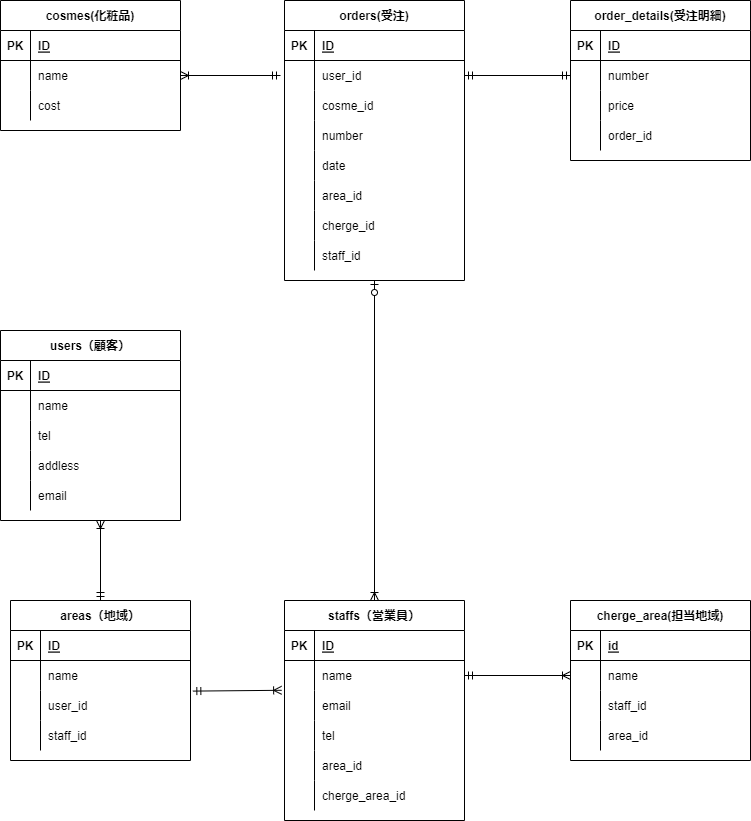
Above: test2.drawio.png in tatsumaki0301/20220723yasumoto (draw.io), before the change. Source tidied: cells renumbered, new cells last; positions are measured from the earlier drawing's top-left corner, leaving out a move shared by most shapes.
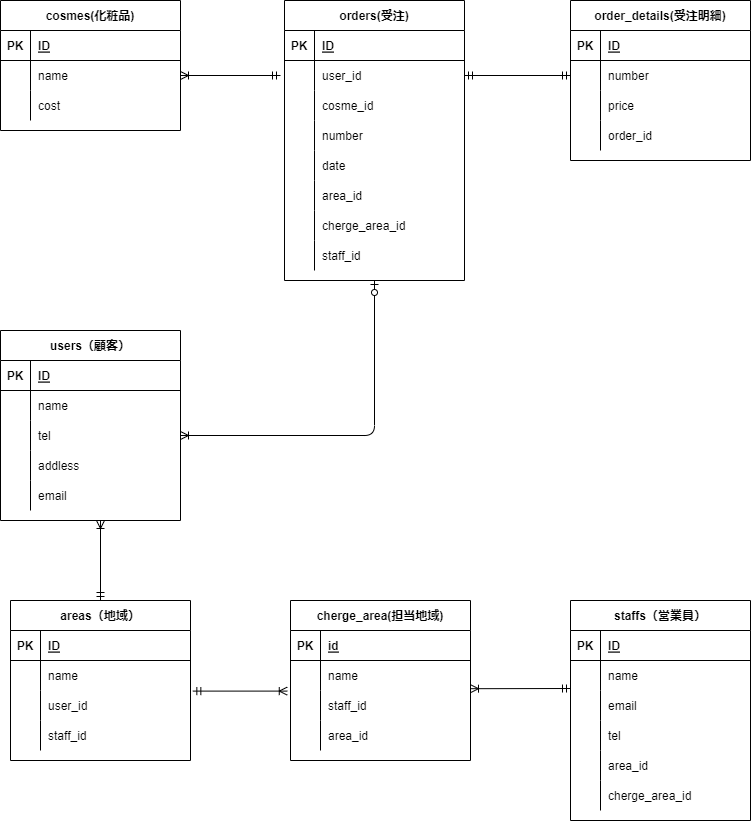
Above is the later version.

Diff of the diagram source:
```diff
@@ -134,7 +134,7 @@
     <mxCell id="45" style="shape=partialRectangle;fillColor=none;top=0;left=0;bottom=0;right=0;overflow=hidden;" parent="44" vertex="1">
       <mxGeometry width="30" height="30" as="geometry" />
     </mxCell>
-    <mxCell id="46" value="cherge_id" style="shape=partialRectangle;fillColor=none;top=0;left=0;bottom=0;right=0;align=left;spacingLeft=6;overflow=hidden;" parent="44" vertex="1">
+    <mxCell id="46" value="cherge_area_id" style="shape=partialRectangle;fillColor=none;top=0;left=0;bottom=0;right=0;align=left;spacingLeft=6;overflow=hidden;" parent="44" vertex="1">
       <mxGeometry x="30" width="150" height="30" as="geometry" />
     </mxCell>
     <mxCell id="47" style="shape=partialRectangle;fillColor=none;top=0;left=0;bottom=0;right=0;" parent="25" vertex="1">
@@ -195,7 +195,7 @@
       <mxGeometry x="30" width="150" height="30" as="geometry" />
     </mxCell>
     <mxCell id="66" value="staffs（営業員）" style="shape=table;startSize=30;rowLines=0;fontStyle=1;align=center;" parent="1" vertex="1">
-      <mxGeometry x="284" y="600" width="180" height="220" as="geometry" />
+      <mxGeometry x="570" y="600" width="180" height="220" as="geometry" />
     </mxCell>
     <mxCell id="67" style="shape=partialRectangle;fillColor=none;top=0;left=0;bottom=1;right=0;" parent="66" vertex="1">
       <mxGeometry y="30" width="180" height="30" as="geometry" />
@@ -291,7 +291,7 @@
       <mxGeometry x="30" width="150" height="30" as="geometry" />
     </mxCell>
     <mxCell id="98" value="cherge_area(担当地域)" style="shape=table;startSize=30;rowLines=0;fontStyle=1;align=center;" parent="1" vertex="1">
-      <mxGeometry x="570" y="600" width="180" height="160" as="geometry" />
+      <mxGeometry x="290" y="600" width="180" height="160" as="geometry" />
     </mxCell>
     <mxCell id="99" style="shape=partialRectangle;fillColor=none;top=0;left=0;bottom=1;right=0;" parent="98" vertex="1">
       <mxGeometry y="30" width="180" height="30" as="geometry" />
@@ -329,7 +329,7 @@
     <mxCell id="110" value="area_id" style="shape=partialRectangle;fillColor=none;top=0;left=0;bottom=0;right=0;align=left;spacingLeft=6;overflow=hidden;" parent="108" vertex="1">
       <mxGeometry x="30" width="150" height="30" as="geometry" />
     </mxCell>
-    <mxCell id="111" style="fontSize=12;html=1;endArrow=ERoneToMany;startArrow=ERmandOne;entryX=-0.016;entryY=-0.007;entryDx=0;entryDy=0;entryPerimeter=0;exitX=1.013;exitY=1.02;exitDx=0;exitDy=0;exitPerimeter=0;" parent="1" edge="1" source="89" target="73">
+    <mxCell id="111" style="fontSize=12;html=1;endArrow=ERoneToMany;startArrow=ERmandOne;entryX=-0.018;entryY=1.02;entryDx=0;entryDy=0;entryPerimeter=0;exitX=1.013;exitY=1.02;exitDx=0;exitDy=0;exitPerimeter=0;" parent="1" edge="1" source="89" target="102">
       <mxGeometry relative="1" as="geometry" />
     </mxCell>
     <mxCell id="112" style="fontSize=12;html=1;endArrow=ERmandOne;startArrow=ERmandOne;exitX=1;exitY=0.5;exitDx=0;exitDy=0;entryX=0;entryY=0.5;entryDx=0;entryDy=0;" parent="1" edge="1" source="29" target="16">
@@ -345,13 +345,13 @@
         <mxPoint x="280" y="75" as="sourcePoint" />
       </mxGeometry>
     </mxCell>
-    <mxCell id="115" style="fontSize=12;html=1;endArrow=ERoneToMany;startArrow=ERmandOne;entryX=0;entryY=0.5;entryDx=0;entryDy=0;exitX=1;exitY=0.5;exitDx=0;exitDy=0;" parent="1" edge="1" source="70" target="102">
-      <mxGeometry relative="1" as="geometry" />
+    <mxCell id="115" style="fontSize=12;html=1;endArrow=ERoneToMany;startArrow=ERmandOne;entryX=1;entryY=0.94;entryDx=0;entryDy=0;entryPerimeter=0;" parent="1" edge="1" target="102">
+      <mxGeometry relative="1" as="geometry">
+        <mxPoint x="570" y="688" as="sourcePoint" />
+      </mxGeometry>
     </mxCell>
-    <mxCell id="116" style="fontSize=12;html=1;endArrow=ERoneToMany;startArrow=ERzeroToOne;exitX=0.5;exitY=1;exitDx=0;exitDy=0;" parent="1" edge="1" source="25">
-      <mxGeometry relative="1" as="geometry">
-        <mxPoint x="374" y="600" as="targetPoint" />
-      </mxGeometry>
+    <mxCell id="116" style="fontSize=12;html=1;endArrow=ERoneToMany;startArrow=ERzeroToOne;exitX=0.5;exitY=1;exitDx=0;exitDy=0;edgeStyle=orthogonalEdgeStyle;entryX=1;entryY=0.5;entryDx=0;entryDy=0;" parent="1" edge="1" source="25" target="57">
+      <mxGeometry relative="1" as="geometry" />
     </mxCell>
   </root>
 </mxGraphModel>
```
